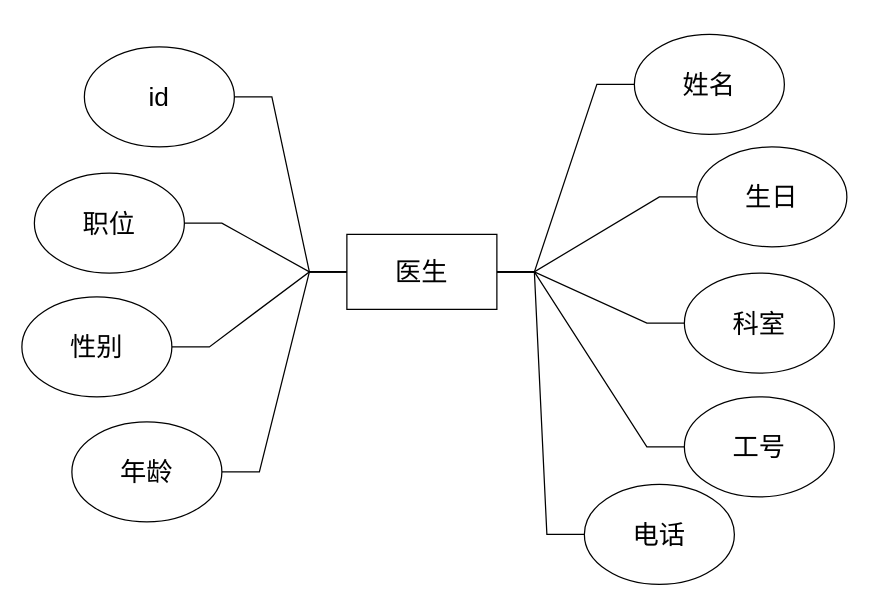
yansiro145/- keeps this draw.io diagram as page "第 3 页" (3 of 9) of 用例图/医疗信息系统E-R图.drawio. Above is the earlier version. Source tidied: cells renumbered, new cells numbered last; positions are measured from the earlier drawing's top-left corner, leaving out a move shared by most shapes. Both pictures are drawn from the tidied source at 125%, with x=0, y=0 at pixel (21, 34).
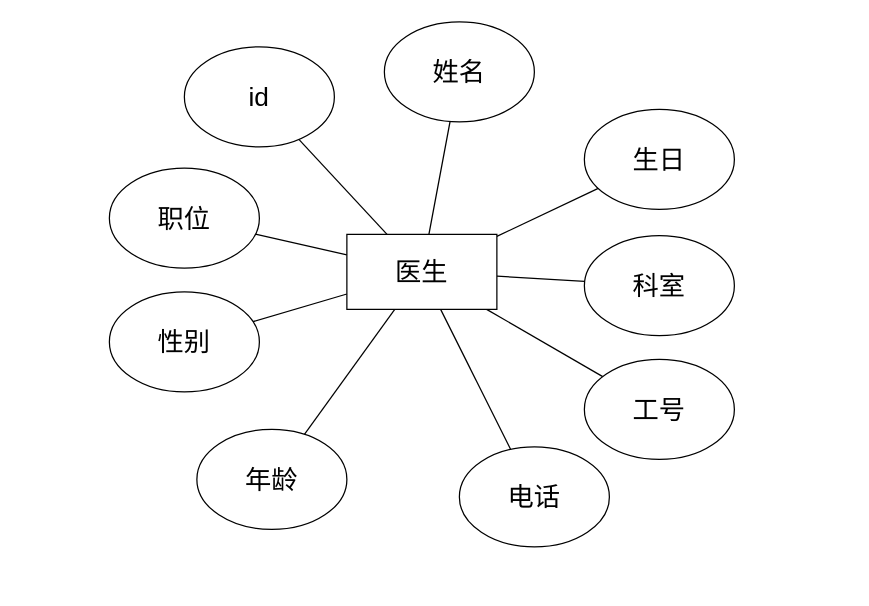
After the change.

Unchanged cells that the change refers to:
```xml
<mxCell id="11" value="医生" style="rounded=0;whiteSpace=wrap;html=1;fontFamily=Helvetica;fontSize=21;fontColor=default;strokeColor=default;fillColor=default;" parent="1" vertex="1">
  <mxGeometry x="260" y="160" width="120" height="60" as="geometry" />
</mxCell>
```

The edit, as a diff of the source:
```diff
@@
-    <mxCell id="2" style="edgeStyle=entityRelationEdgeStyle;rounded=0;jettySize=auto;html=1;fontFamily=Helvetica;fontSize=21;fontColor=default;endArrow=none;endFill=0;" parent="1" edge="1" source="11" target="20">
+    <mxCell id="2" style="rounded=0;jettySize=auto;html=1;fontFamily=Helvetica;fontSize=21;fontColor=default;endArrow=none;endFill=0;" parent="1" edge="1" source="11" target="20">
       <mxGeometry relative="1" as="geometry" />
     </mxCell>
-    <mxCell id="3" style="edgeStyle=entityRelationEdgeStyle;rounded=0;jettySize=auto;html=1;fontFamily=Helvetica;fontSize=21;fontColor=default;endArrow=none;endFill=0;" parent="1" edge="1" source="11" target="19">
+    <mxCell id="3" style="rounded=0;jettySize=auto;html=1;fontFamily=Helvetica;fontSize=21;fontColor=default;endArrow=none;endFill=0;" parent="1" edge="1" source="11" target="19">
       <mxGeometry relative="1" as="geometry" />
     </mxCell>
-    <mxCell id="4" style="edgeStyle=entityRelationEdgeStyle;rounded=0;jettySize=auto;html=1;fontFamily=Helvetica;fontSize=21;fontColor=default;endArrow=none;endFill=0;" parent="1" edge="1" source="11" target="18">
+    <mxCell id="4" style="rounded=0;jettySize=auto;html=1;fontFamily=Helvetica;fontSize=21;fontColor=default;endArrow=none;endFill=0;" parent="1" edge="1" source="11" target="18">
       <mxGeometry relative="1" as="geometry" />
     </mxCell>
-    <mxCell id="5" style="edgeStyle=entityRelationEdgeStyle;rounded=0;jettySize=auto;html=1;fontFamily=Helvetica;fontSize=21;fontColor=default;endArrow=none;endFill=0;" parent="1" edge="1" source="11" target="17">
+    <mxCell id="5" style="rounded=0;jettySize=auto;html=1;fontFamily=Helvetica;fontSize=21;fontColor=default;endArrow=none;endFill=0;" parent="1" edge="1" source="11" target="17">
       <mxGeometry relative="1" as="geometry" />
     </mxCell>
-    <mxCell id="6" style="edgeStyle=entityRelationEdgeStyle;rounded=0;jettySize=auto;html=1;fontFamily=Helvetica;fontSize=21;fontColor=default;endArrow=none;endFill=0;" parent="1" edge="1" source="11" target="16">
+    <mxCell id="6" style="rounded=0;jettySize=auto;html=1;fontFamily=Helvetica;fontSize=21;fontColor=default;endArrow=none;endFill=0;" parent="1" edge="1" source="11" target="16">
       <mxGeometry relative="1" as="geometry" />
     </mxCell>
-    <mxCell id="7" style="edgeStyle=entityRelationEdgeStyle;rounded=0;jettySize=auto;html=1;fontFamily=Helvetica;fontSize=21;fontColor=default;endArrow=none;endFill=0;" parent="1" edge="1" source="11" target="15">
+    <mxCell id="7" style="rounded=0;jettySize=auto;html=1;fontFamily=Helvetica;fontSize=21;fontColor=default;endArrow=none;endFill=0;" parent="1" edge="1" source="11" target="15">
       <mxGeometry relative="1" as="geometry" />
     </mxCell>
-    <mxCell id="8" style="edgeStyle=entityRelationEdgeStyle;rounded=0;jettySize=auto;html=1;fontFamily=Helvetica;fontSize=21;fontColor=default;endArrow=none;endFill=0;" parent="1" edge="1" source="11" target="14">
+    <mxCell id="8" style="rounded=0;jettySize=auto;html=1;fontFamily=Helvetica;fontSize=21;fontColor=default;endArrow=none;endFill=0;" parent="1" edge="1" source="11" target="14">
       <mxGeometry relative="1" as="geometry" />
     </mxCell>
-    <mxCell id="9" style="edgeStyle=entityRelationEdgeStyle;rounded=0;jettySize=auto;html=1;fontFamily=Helvetica;fontSize=21;fontColor=default;endArrow=none;endFill=0;" parent="1" edge="1" source="11" target="13">
+    <mxCell id="9" style="rounded=0;jettySize=auto;html=1;fontFamily=Helvetica;fontSize=21;fontColor=default;endArrow=none;endFill=0;" parent="1" edge="1" source="11" target="13">
       <mxGeometry relative="1" as="geometry" />
     </mxCell>
-    <mxCell id="10" style="edgeStyle=entityRelationEdgeStyle;rounded=0;jettySize=auto;html=1;fontFamily=Helvetica;fontSize=21;fontColor=default;endArrow=none;endFill=0;" parent="1" edge="1" source="11" target="12">
+    <mxCell id="10" style="rounded=0;jettySize=auto;html=1;fontFamily=Helvetica;fontSize=21;fontColor=default;endArrow=none;endFill=0;" parent="1" edge="1" source="11" target="12">
       <mxGeometry relative="1" as="geometry" />
     </mxCell>
@@
     <mxCell id="12" value="职位" style="ellipse;whiteSpace=wrap;html=1;fontFamily=Helvetica;fontSize=21;fontColor=default;strokeColor=default;fillColor=default;" parent="1" vertex="1">
-      <mxGeometry x="10" y="111" width="120" height="80" as="geometry" />
+      <mxGeometry x="70" y="107" width="120" height="80" as="geometry" />
     </mxCell>
     <mxCell id="13" value="性别" style="ellipse;whiteSpace=wrap;html=1;fontFamily=Helvetica;fontSize=21;fontColor=default;strokeColor=default;fillColor=default;" parent="1" vertex="1">
-      <mxGeometry y="210" width="120" height="80" as="geometry" />
+      <mxGeometry x="70" y="206" width="120" height="80" as="geometry" />
     </mxCell>
     <mxCell id="14" value="电话" style="ellipse;whiteSpace=wrap;html=1;fontFamily=Helvetica;fontSize=21;fontColor=default;strokeColor=default;fillColor=default;" parent="1" vertex="1">
-      <mxGeometry x="450" y="360" width="120" height="80" as="geometry" />
+      <mxGeometry x="350" y="330" width="120" height="80" as="geometry" />
     </mxCell>
     <mxCell id="15" value="年龄" style="ellipse;whiteSpace=wrap;html=1;fontFamily=Helvetica;fontSize=21;fontColor=default;strokeColor=default;fillColor=default;" parent="1" vertex="1">
-      <mxGeometry x="40" y="310" width="120" height="80" as="geometry" />
+      <mxGeometry x="140" y="316" width="120" height="80" as="geometry" />
     </mxCell>
     <mxCell id="16" value="工号" style="ellipse;whiteSpace=wrap;html=1;fontFamily=Helvetica;fontSize=21;fontColor=default;strokeColor=default;fillColor=default;" parent="1" vertex="1">
-      <mxGeometry x="530" y="290" width="120" height="80" as="geometry" />
+      <mxGeometry x="450" y="260" width="120" height="80" as="geometry" />
     </mxCell>
     <mxCell id="17" value="科室" style="ellipse;whiteSpace=wrap;html=1;fontFamily=Helvetica;fontSize=21;fontColor=default;strokeColor=default;fillColor=default;" parent="1" vertex="1">
-      <mxGeometry x="530" y="191" width="120" height="80" as="geometry" />
+      <mxGeometry x="450" y="161" width="120" height="80" as="geometry" />
     </mxCell>
     <mxCell id="18" value="生日" style="ellipse;whiteSpace=wrap;html=1;fontFamily=Helvetica;fontSize=21;fontColor=default;strokeColor=default;fillColor=default;" parent="1" vertex="1">
-      <mxGeometry x="540" y="90" width="120" height="80" as="geometry" />
+      <mxGeometry x="450" y="60" width="120" height="80" as="geometry" />
     </mxCell>
     <mxCell id="19" value="姓名" style="ellipse;whiteSpace=wrap;html=1;fontFamily=Helvetica;fontSize=21;fontColor=default;strokeColor=default;fillColor=default;" parent="1" vertex="1">
-      <mxGeometry x="490" width="120" height="80" as="geometry" />
+      <mxGeometry x="290" y="-10" width="120" height="80" as="geometry" />
     </mxCell>
     <mxCell id="20" value="id" style="ellipse;whiteSpace=wrap;html=1;fontFamily=Helvetica;fontSize=21;fontColor=default;strokeColor=default;fillColor=default;" parent="1" vertex="1">
-      <mxGeometry x="50" y="10" width="120" height="80" as="geometry" />
+      <mxGeometry x="130" y="10" width="120" height="80" as="geometry" />
     </mxCell>
```
